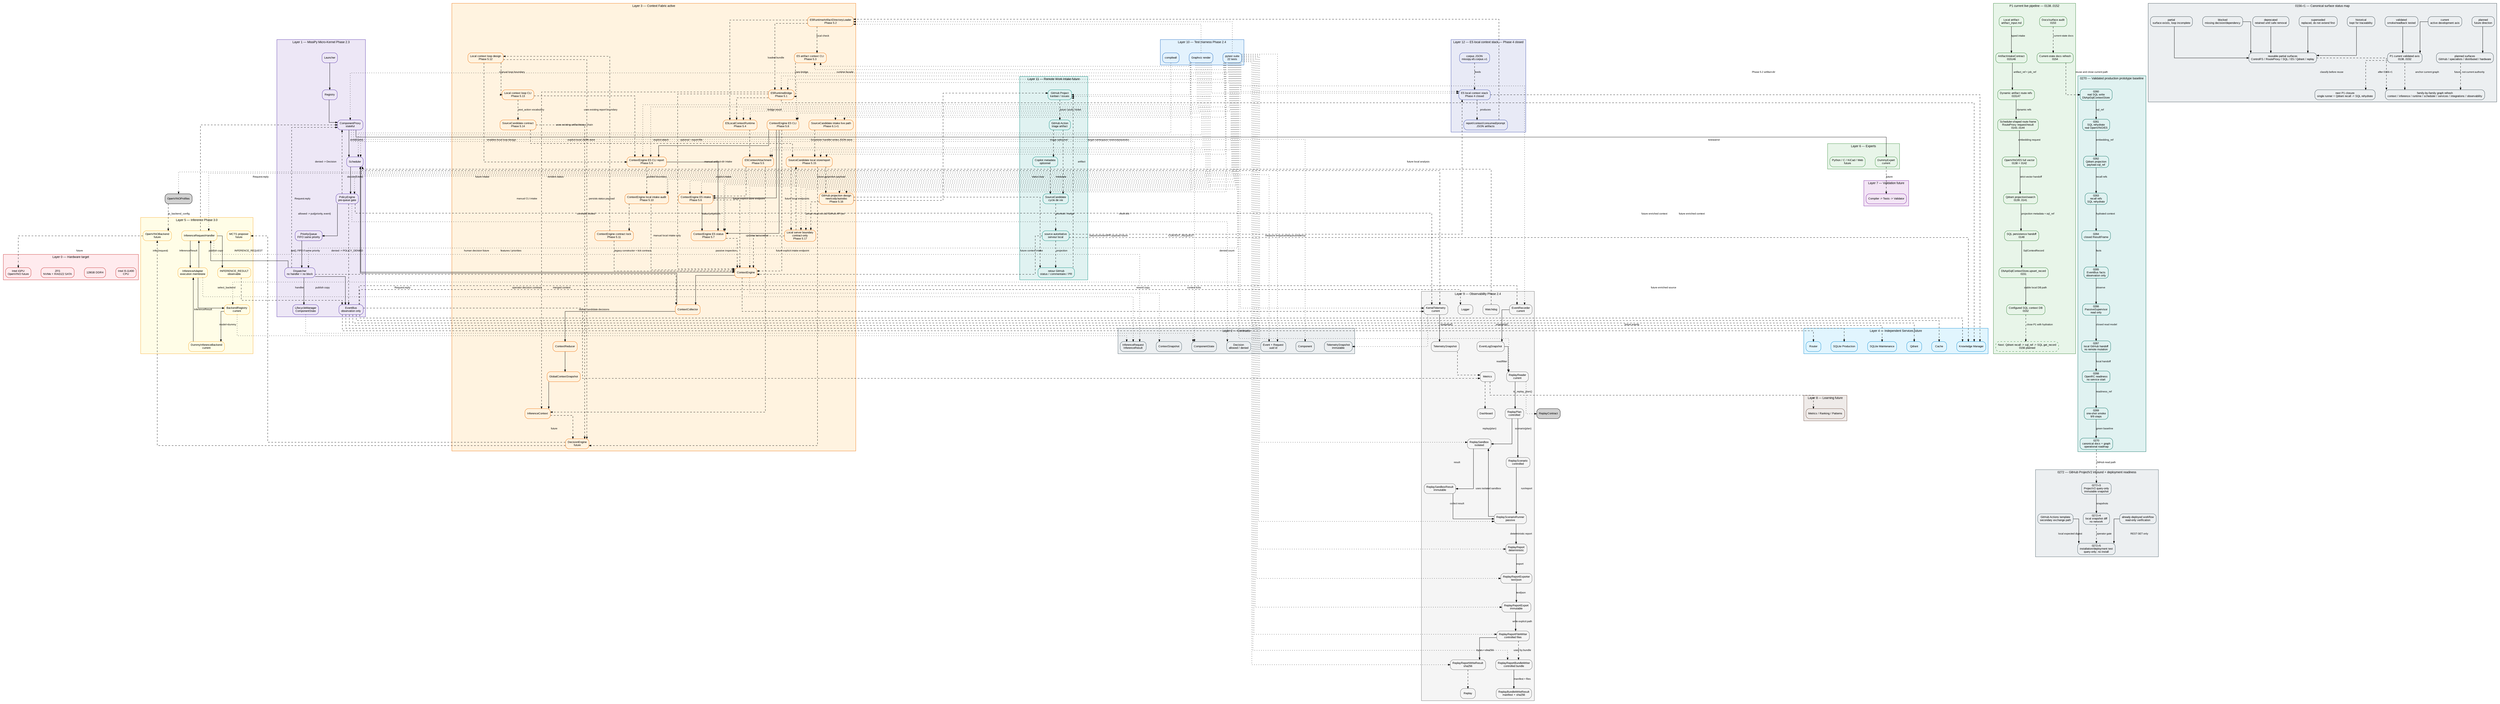
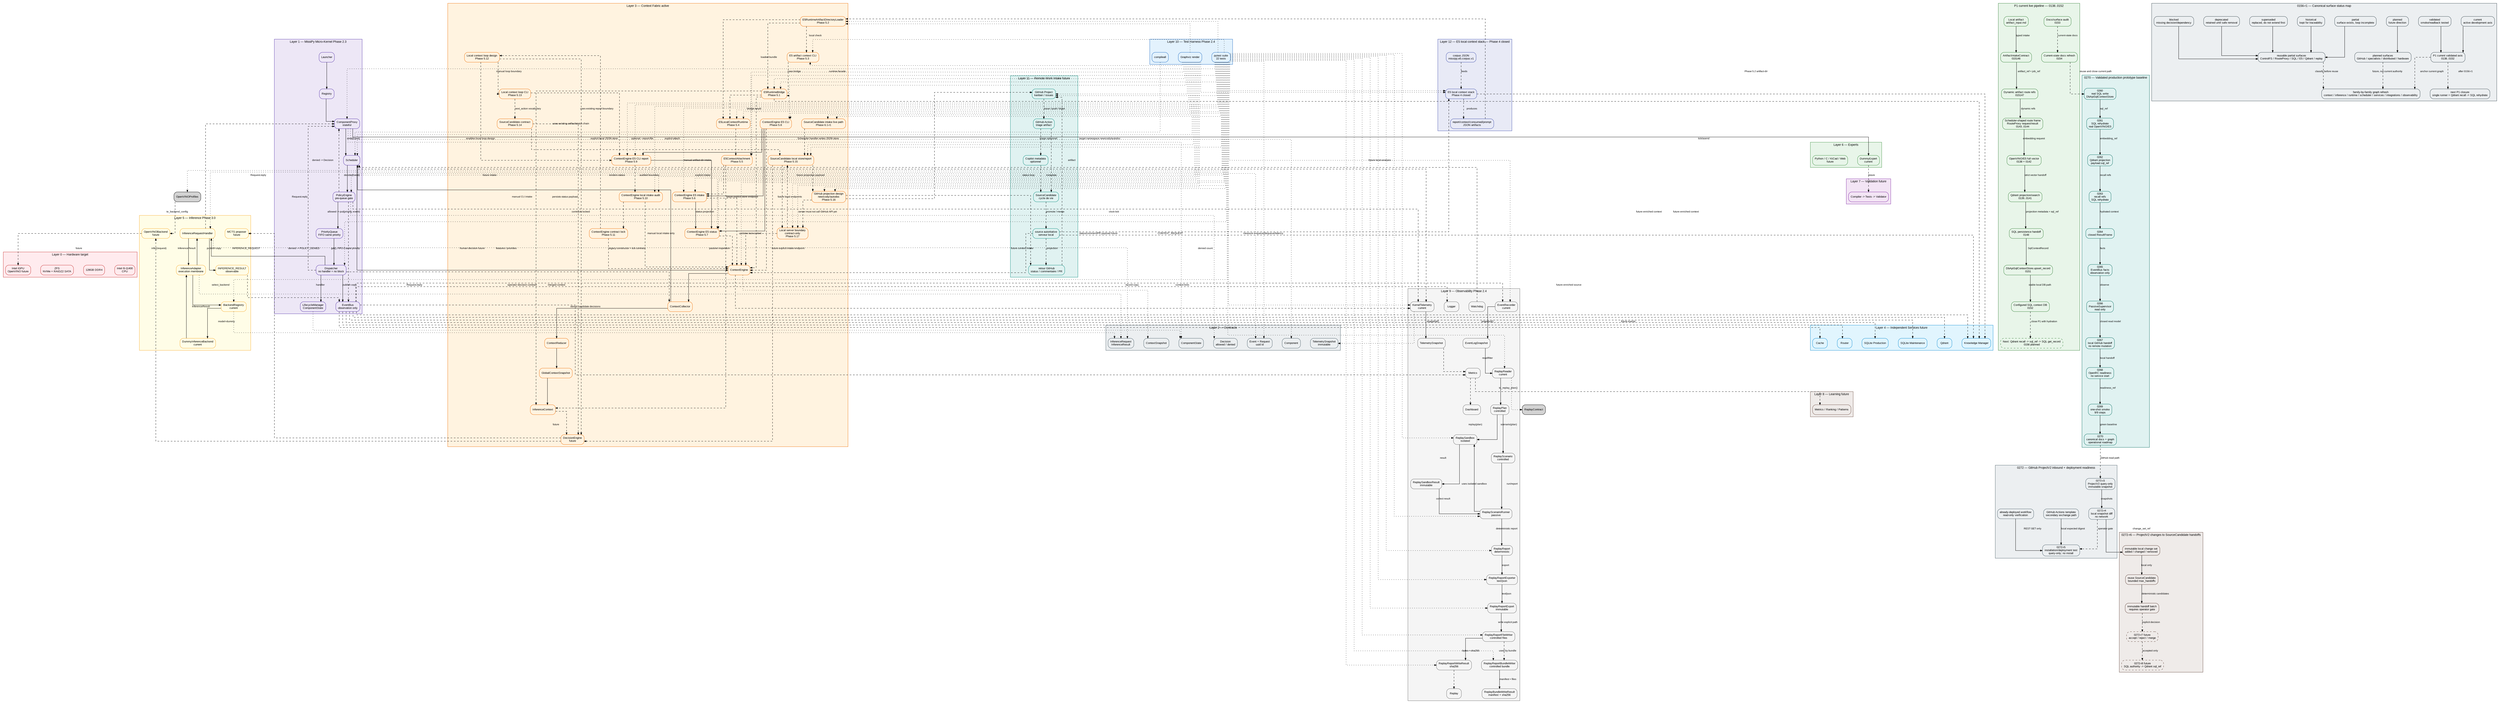
digraph Global {
    // ROADMAP_ID: global

    rankdir=TB;

    // ROADMAP_NOTE[phase2_5]:
    // BackendRegistry est ajouté au layer inference pour préparer
    // l’enregistrement explicite d’OpenVINO sans modifier le Scheduler.

    // ROADMAP_NOTE[phase3_0]:
    // OpenVINOModelProfileRegistry est ajouté pour décrire un ou plusieurs
    // modèles OpenVINO possibles avant de créer les backends exécutables.
    // ROADMAP_NOTE[phase0155]:
    // Canonical graph refresh: 00_global.dot is kept as the master graph.
    // P1 current live pipeline 0138..0152 is now visible from the global graph:
    // artifact intake -> dynamic route refs -> RouteProxy frames -> OpenVINO/E5
    // full vector -> Qdrant projection -> SQL handoff -> DbApiSqlContextStore
    // controlled write -> SQL readback. Changelogs become mandatory for each
    // significant architecture/runtime/doc/code-rule step.
    // ROADMAP_NOTE[phase0270]:
    // The canonical graph now exposes the validated 0260..0269 prototype axis.
    // SQL remains durable authority; Qdrant is projection/recall; OpenVINO/E5 is
    // explicit; EventBus and PassiveSupervisor are observation only; GitHub has
    // no implicit remote mutation; OpenRC/OS/admin owns external processes.
+ 
+     // ROADMAP_NOTE[phase0272_r6]:
+     // Immutable ProjectV2 change sets are converted locally into bounded
+     // SourceCandidate handoff batches. Every candidate remains behind a future
+     // operator gate; no GitHub mutation, SQL write or Qdrant projection occurs.

    compound=true;
    splines=ortho;
    nodesep=0.5;
    ranksep=0.8;

    graph [fontname="Arial", fontsize=11];
    node [shape=box, style="rounded,filled", fontname="Arial", fontsize=10];
    edge [fontname="Arial", fontsize=9, arrowsize=0.7];

    // ROADMAP_NOTE[phase2_4]:
// ReplayReportBundleWriter ajoute un dossier de replay contrôlé :
// report.txt, report.json et manifest.json avec sha256. La roadmap DOT
// est aussi vérifiée par tests/docs/test_dot_links.py afin que les liens
// descente/remontée pointent vers des sources DOT existantes.
    // Le Layer 9 ajoute ReplayReportFileWriter après ReplayReportExport.
    // Cette étape persiste les exports texte/JSON vers chemins explicites.
    // Aucun répertoire n'est créé ni aucun fichier écrasé sans demande explicite.
    // Le writer reste passif et ne commande jamais le Scheduler vivant.


    // ROADMAP_NOTE[phase4_18_r2]:
    // GitHub Project Orchestrator est visible dans l'architecture globale.
    // Cette couche reste future et documentaire : pas d'API GitHub, pas de token,
    // pas de polling réseau et pas de dépendance Copilot dans le coeur.

    // ROADMAP_NOTE[phase4_19]:
    // La Phase 4 se clôt par un audit du moteur local E5 : corpus, recherche,
    // diagnostics, gates, rapports, contexte, consommation et prompt packet.
    // Le stack E5 reste hors Scheduler, hors Qdrant et hors backend de réponse.

    // ROADMAP_NOTE[phase4_20]:
    // Phase 4 clôturée : le moteur local E5 produit des artefacts déterministes
    // de recherche, contexte consommé et prompt packet. La Phase 5 peut brancher
    // ce socle au serveur local ou au Context Engine sans changer ces frontières.

    // ROADMAP_NOTE[phase5_2]:
    // E5RuntimeArtifactDirectoryLoader ajoute la bordure IO locale pour lire un
    // artifact-dir Phase 4 et réutiliser le pont pur E5RuntimeBridge. Aucun daemon,
    // réseau, Scheduler vivant, Qdrant ou LLM n'est introduit.


    // ROADMAP_NOTE[phase5_4]:
    // E5LocalContextRuntime ajoute une façade runtime locale stable au-dessus
    // du loader 5.2 et du bridge 5.1. Elle retourne un statut typé et un
    // InferenceContext sans CLI, daemon, réseau, Scheduler vivant, Qdrant ou LLM.

    // ROADMAP_NOTE[phase5_5]:
    // E5ContextAttachment fusionne explicitement un résultat runtime E5 local
    // avec un InferenceContext existant. Cette étape prépare l'intake futur du
    // ContextEngine sans lancer Scheduler, daemon, réseau, Qdrant ou LLM.

    // ROADMAP_NOTE[phase5_6]:
    // ContextEngine reçoit une entrée E5 explicite : artifact-dir ou runtime result
    // -> attachement -> last_inference_context. Aucun autoload, aucun Scheduler
    // vivant, aucun daemon, réseau, Qdrant ou LLM n'est introduit.

    // ROADMAP_NOTE[phase5_7]:
    // E5ContextEngineStatus ajoute une projection passive et sérialisable
    // de l'état E5 attaché au ContextEngine. Elle ne lit aucun fichier,
    // ne mute aucun contexte et ne déclenche aucun Scheduler/backend.

    // ROADMAP_NOTE[phase5_8]:
    // E5ContextEngineCLI ajoute une bordure manuelle : artifact-dir ->
    // ContextEngine.attach_e5_artifact_dir() -> E5ContextEngineStatus. Elle
    // ne lance aucun Scheduler vivant, daemon, réseau, Qdrant ou LLM.


    // ROADMAP_NOTE[phase5_10]:
    // Phase 5.10 audite le bloc d'intake manuel local : artifact-dir Phase 4,
    // ContextEngine E5 CLI, report JSON et projection status. Elle ne modifie
    // pas le runtime et prépare seulement la bascule future vers serveur/local loop.

    // ROADMAP_NOTE[phase5_9]:
    // E5ContextEngineCLIReport ajoute --report-file à la bordure CLI 5.8.
    // La commande existante peut persister son payload intake + status en JSON
    // atomique sans nouvelle surface CLI, Scheduler vivant, réseau, Qdrant ou LLM.







    // ROADMAP_NOTE[phase5_17]:
    // LocalServerBoundary formalise une surface serveur local future pour
    // SourceCandidate, reports et ContextEngine intake. Cette étape reste
    // contract-only : pas de serveur, socket, framework, réseau, GitHub API,
    // token, Scheduler autoload, Qdrant, LLM ou appel OpenVINO.




    // ROADMAP_NOTE[phase6_1_r1]:
    // la CLI produit une commande typée qui traverse Scheduler -> Dispatcher
    // -> SourceCandidateIntakeHandler -> store JSON réel -> événement observable.
    // ROADMAP_NOTE[phase6_1]:
    // SourceCandidateIntakeCLI démarre Phase 6 : une entrée opérateur locale
    // crée ou remplace une SourceCandidate dans le store JSON atomique. Aucun
    // serveur, daemon, réseau, API GitHub, token, Qdrant, LLM ou OpenVINO.

    // ROADMAP_NOTE[phase5_18]:
    // Phase 5 se clôt sur l'intégration locale contrôlée : artifact-dir E5,
    // runtime bridge/facade, ContextEngine intake explicite, status/report,
    // SourceCandidate local, projection GitHub documentaire et frontière
    // adapter serveur futur non choisie. Aucun daemon, réseau, GitHub API,
    // token, Qdrant, LLM ou appel OpenVINO caché n'est introduit.

    // ROADMAP_NOTE[phase5_17_r1]:
    // LocalServerBoundaryClarification précise que la frontière serveur est
    // un contrat d'adapter futur non choisi : adapter_kind=undecided et
    // framework_choice=undecided. FastAPI/Flask ne sont pas recommandés ici.

    // ROADMAP_NOTE[phase5_16]:
    // GitHubProjectionDesign formalise la projection future entre le store
    // local SourceCandidate et newicody/autodoc. Cette étape reste documentaire :
    // aucun token, réseau, polling, GitHub API, serveur, Qdrant ou LLM.

    // ROADMAP_NOTE[phase5_15]:
    // SourceCandidateStorageReport ajoute un store JSON local explicite pour
    // SourceCandidate : load, upsert atomique, snapshot et rapport optionnel.
    // La valeur newicody/autodoc reste une projection future sans API GitHub,
    // réseau, token, daemon, Qdrant, LLM ou base de données.

    // ROADMAP_NOTE[phase5_14]:
    // SourceCandidateContract ajoute le contrat local d'une entrée candidate :
    // origin/input/policy/status/decision/transition immuable. La valeur
    // newicody/autodoc prépare la projection GitHub future sans API, réseau ou token.

    // ROADMAP_NOTE[phase5_13]:
    // LocalContextLoopCLI ajoute une orchestration manuelle mince : artifact-dir
    // Phase 4 -> ContextEngine intake -> status -> report + next_action opérateur.
    // Elle ne relance pas E5/OpenVINO, ne mute aucune décision et n'ajoute aucun
    // daemon, serveur, réseau, Qdrant, LLM ou stockage persistant.

    // ROADMAP_NOTE[phase5_12]:
    // LocalContextLoopDesign formalise la boucle locale manuelle : artifact-dir
    // Phase 4 -> runtime local -> intake explicite ContextEngine -> status/report
    // -> décision humaine. Aucun serveur, daemon, réseau, stockage persistant,
    // Qdrant, LLM ou appel OpenVINO caché n'est introduit.

    // ROADMAP_NOTE[phase5_3]:
    // E5 artifact context CLI ajoute une bordure de vérification locale pour
    // afficher l'InferenceContext construit depuis un artifact-dir, sans daemon,
    // réseau, Scheduler vivant, Qdrant ou LLM.

    subgraph cluster_L0 {
        label="Layer 0 — Hardware target";
        color="#c62828";
        bgcolor="#ffebee";
        node [fillcolor="#ffebee", color="#c62828"];
        CPU [label="Intel i5-11400\nCPU"];
        RAM [label="128GB DDR4"];
        Storage [label="ZFS\nNVMe + RAIDZ2 SATA"];
        GPU [label="Intel iGPU\nOpenVINO future"];
    }

    subgraph cluster_L1 {
        label="Layer 1 — MissiPy Micro-Kernel Phase 2.3";
        color="#512da8";
        bgcolor="#ede7f6";
        node [fillcolor="#ede7f6", color="#512da8"];
        Launcher [URL="scheduler/10_scheduler.svg", tooltip="Zoom Scheduler"];
        Registry [URL="scheduler/10_scheduler.svg", tooltip="Registry"];
        Proxy [label="ComponentProxy\nstateful", URL="scheduler/component_proxy/14_component_proxy.svg", tooltip="Runtime proxy"];
        Scheduler [URL="scheduler/10_scheduler.svg", tooltip="Zoom Scheduler"];
        Policy [label="PolicyEngine\npre-queue gate", URL="scheduler/10_scheduler.svg"];
        Queue [label="PriorityQueue\nFIFO same priority", URL="scheduler/priority_queue/13_priority_queue.svg"];
        Dispatcher [label="Dispatcher\nno handler = no block", URL="scheduler/dispatcher/11_dispatcher.svg"];
        EventBus [label="EventBus\nobservation only", URL="scheduler/event_bus/12_event_bus.svg"];
        Lifecycle [label="LifecycleManager\nComponentState", URL="scheduler/10_scheduler.svg"];
    }

    subgraph cluster_L2 {
        label="Layer 2 — Contracts";
        color="#455a64";
        bgcolor="#eceff1";
        node [fillcolor="#eceff1", color="#455a64"];
        EventContract [label="Event + Request\nuuid id"];
        LifecycleContract [label="ComponentState"];
        ComponentContract [label="Component"];
        ContextContract [label="ContextSnapshot"];
        InferenceContract [label="InferenceRequest\nInferenceResult"];
        PolicyContract [label="Decision\nallowed / denied"];
        TelemetryContract [label="TelemetrySnapshot\nimmutable"];
    }

    subgraph cluster_L3 {
        label="Layer 3 — Context Fabric active";
        color="#ef6c00";
        bgcolor="#fff3e0";
        node [fillcolor="#fff3e0", color="#ef6c00"];
        ContextEngine [label="ContextEngine", URL="context/20_context.svg"];
        Collector [label="ContextCollector", URL="context/20_context.svg"];
        Reducer [label="ContextReducer", URL="context/20_context.svg"];
        Snapshot [label="GlobalContextSnapshot", URL="context/20_context.svg"];
        InferenceCtx [label="InferenceContext", URL="context/20_context.svg"];
        E5RuntimeBridge [label="E5RuntimeBridge\nPhase 5.1", URL="context/25_e5_runtime_bridge.svg"];
        E5ArtifactLoader [label="E5RuntimeArtifactDirectoryLoader\nPhase 5.2", URL="context/26_e5_artifact_directory_loader.svg"];
        E5ArtifactContextCLI [label="E5 artifact context CLI\nPhase 5.3", URL="context/27_e5_artifact_context_cli.svg"];
        E5LocalRuntime [label="E5LocalContextRuntime\nPhase 5.4", URL="context/28_e5_local_context_runtime.svg"];
        E5ContextAttachment [label="E5ContextAttachment\nPhase 5.5", URL="context/29_e5_context_attachment.svg"];
        E5ContextEngineIntake [label="ContextEngine E5 intake\nPhase 5.6", URL="context/30_e5_context_engine_intake.svg"];
        E5ContextEngineStatus [label="ContextEngine E5 status\nPhase 5.7", URL="context/31_e5_context_engine_status.svg"];
        E5ContextEngineCLI [label="ContextEngine E5 CLI\nPhase 5.8", URL="context/32_e5_context_engine_cli.svg"];
        E5ContextEngineCLIReport [label="ContextEngine E5 CLI report\nPhase 5.9", URL="context/33_e5_context_engine_cli_report.svg"];
        E5ContextEngineIntakeAudit [label="ContextEngine local intake audit\nPhase 5.10", URL="context/34_e5_context_engine_intake_audit.svg"];
        ContextEngineContractLock [label="ContextEngine contract lock\nPhase 5.11", URL="context/35_context_engine_contract_lock.svg"];
        LocalContextLoopDesign [label="Local context loop design\nPhase 5.12", URL="context/36_local_context_loop_design.svg"];
        LocalContextLoopCLI [label="Local context loop CLI\nPhase 5.13", URL="context/37_local_context_loop_cli.svg"];
        SourceCandidateContract [label="SourceCandidate contract\nPhase 5.14", URL="context/38_source_candidate_contract.svg"];
        SourceCandidateStore [label="SourceCandidate local store/report\nPhase 5.15", URL="context/39_source_candidate_storage_report.svg"];
        GitHubProjectionDesign [label="GitHub projection design\nnewicody/autodoc\nPhase 5.16", URL="context/40_github_projection_design.svg"];
        LocalServerBoundary [label="Local server boundary\ncontract-only\nPhase 5.17", URL="context/41_local_server_boundary.svg"];
        Decision [label="DecisionEngine\nfuture", URL="context/20_context.svg"];
        SourceCandidateIntakeLivePath [label="SourceCandidate intake live path\nPhase 6.1-r1", URL="context/44_source_candidate_intake_live_path.svg"];
    }

    E5ContextEngineIntake -> E5ContextEngineStatus [label="status projection"];
    E5ContextEngineCLI -> E5ContextEngineIntake [label="manual artifact-dir intake"];
    E5ContextEngineCLI -> E5ContextEngineStatus [label="renders status"];
    E5ContextEngineCLI -> E5ContextEngineCLIReport [label="optional --report-file"];
    E5ContextEngineCLIReport -> E5ContextEngineStatus [label="persists status payload"];
    E5ContextEngineCLIReport -> E5ContextEngineIntakeAudit [style=dashed, label="audited boundary"];
    E5ContextEngineIntakeAudit -> ContextEngineContractLock [style=dashed, label="contracts locked"];
    ContextEngineContractLock -> ContextEngine [style=dashed, label="legacy constructor + tick contract"];
    E5ContextEngineIntakeAudit -> ContextEngine [style=dashed, label="manual local intake only"];
    ContextEngineContractLock -> LocalContextLoopDesign [style=dashed, label="enables local loop design"];
    LocalContextLoopDesign -> E5ContextEngineCLIReport [style=dashed, label="uses existing report boundary"];
    LocalContextLoopDesign -> LocalContextLoopCLI [style=dashed, label="manual loop boundary"];
    LocalContextLoopCLI -> E5ContextEngineCLIReport [style=dashed, label="uses existing artifact/status chain"];
    LocalContextLoopCLI -> SourceCandidateContract [style=dashed, label="next_action vocabulary"];
    SourceCandidateContract -> SourceCandidateStore [style=dashed, label="explicit local JSON store"];
    SourceCandidateStore -> Decision [style=dashed, label="stored candidate decisions"];
    SourceCandidateIntakeLivePath -> SourceCandidateStore [style=dashed, label="Scheduler handler writes JSON store"];
    SourceCandidateStore -> GitHubProjectionDesign [style=dashed, label="future projection payload"];
    SourceCandidateContract -> Decision [style=dashed, label="operator decision contract"];
    LocalContextLoopDesign -> Decision [style=dashed, label="human decision future"];


    subgraph cluster_P1_CURRENT_0155 {
        label="P1 current live pipeline — 0138..0152";
        color="#2e7d32";
        bgcolor="#e8f5e9";
        node [fillcolor="#e8f5e9", color="#2e7d32"];

        P1Artifact [label="Local artifact\nartifact_input.md", URL="runtime/145_local_artifact_vector_indexing_runner.svg"];
        P1Intake [label="ArtifactIntakeContract\n015146", URL="runtime/146_artifact_intake_contract.svg"];
        P1RouteRefs [label="Dynamic artifact route refs\n015147", URL="runtime/147_dynamic_artifact_route_refs.svg"];
        P1SchedulerRoute [label="Scheduler-shaped route frame\nRouteProxy request/result\n0143..0144", URL="runtime/143_scheduler_vector_indexing_smoke.svg"];
        P1OpenVINO [label="OpenVINO/E5 full vector\n0138 + 0142", URL="runtime/142_machine_vector_handoff.svg"];
        P1Qdrant [label="Qdrant projection/search\n0139..0141", URL="runtime/140_qdrant_projection_operator_rest_smoke.svg"];
        P1SqlHandoff [label="SQL persistence handoff\n0148", URL="runtime/148_sql_persistence_handoff.svg"];
        P1SqlStore [label="DbApiSqlContextStore.upsert_record\n0151", URL="runtime/151_sql_context_store_controlled_write.svg"];
        P1ConfiguredDb [label="Configured SQL context DB\n0152", URL="runtime/152_sql_context_store_configured_db_path.svg"];
        P1DocsAudit [label="Docs/surface audit\n0153", URL="runtime/153_architecture_docs_surface_audit.svg"];
        P1DocsRefresh [label="Current-state docs refresh\n0154", URL="runtime/154_current_p1_pipeline.svg"];
        P1RehydrationNext [label="Next: Qdrant recall -> sql_ref -> SQL get_record\n0156 planned", style="rounded,dashed,filled"];
    }

    P1Artifact -> P1Intake [label="typed intake"];
    P1Intake -> P1RouteRefs [label="artifact_ref + job_ref"];
    P1RouteRefs -> P1SchedulerRoute [label="dynamic refs"];
    P1SchedulerRoute -> P1OpenVINO [label="embedding request"];
    P1OpenVINO -> P1Qdrant [label="strict vector handoff"];
    P1Qdrant -> P1SqlHandoff [label="projection metadata + sql_ref"];
    P1SqlHandoff -> P1SqlStore [label="SqlContextRecord"];
    P1SqlStore -> P1ConfiguredDb [label="stable local DB path"];
    P1ConfiguredDb -> P1RehydrationNext [style=dashed, label="close P1 with hydration"];
    P1DocsAudit -> P1DocsRefresh [style=dashed, label="current-state docs"];


    subgraph cluster_L4 {
        label="Layer 4 — Independent Services future";
        color="#0288d1";
        bgcolor="#e1f5fe";
        node [fillcolor="#e1f5fe", color="#0288d1"];
        Router [URL="services/30_services.svg"];
        SQLiteProd [label="SQLite Production", URL="services/30_services.svg"];
        SQLiteMaint [label="SQLite Maintenance", URL="services/30_services.svg"];
        Qdrant [URL="services/30_services.svg"];
        Cache [URL="services/30_services.svg"];
        Knowledge [label="Knowledge Manager", URL="services/30_services.svg"];
    }

    subgraph cluster_L5 {
        label="Layer 5 — Inference Phase 3.0";
        color="#f9a825";
        bgcolor="#fffde7";
        node [fillcolor="#fffde7", color="#f9a825"];
        InferenceHandler [label="InferenceRequestHandler", URL="inference/40_inference.svg"];
        InferenceAdapter [label="InferenceAdapter\nexecution membrane", URL="inference/40_inference.svg"];
        BackendRegistry [label="BackendRegistry\ncurrent", URL="inference/40_inference.svg"];
        DummyBackend [label="DummyInferenceBackend\ncurrent", URL="inference/40_inference.svg"];
        InferenceResult [label="INFERENCE_RESULT\nobservable", URL="inference/40_inference.svg"];
        OpenVINO [label="OpenVINOBackend\nfuture", URL="inference/40_inference.svg"];
        MCTS [label="MCTS proposer\nfuture"];
    }

    subgraph cluster_L6 {
        label="Layer 6 — Experts";
        color="#388e3c";
        bgcolor="#e8f5e9";
        node [fillcolor="#e8f5e9", color="#388e3c"];
        Dummy [label="DummyExpert\ncurrent", URL="experts/40_experts.svg"];
        ExpertsFuture [label="Python / C / KiCad / Web\nfuture", URL="experts/40_experts.svg"];
    }

    subgraph cluster_L7 {
        label="Layer 7 — Validation future";
        color="#7b1fa2";
        bgcolor="#f3e5f5";
        node [fillcolor="#f3e5f5", color="#7b1fa2"];
        Validation [label="Compiler -> Tests -> Validator", URL="validation/50_validation.svg"];
    }

    subgraph cluster_L8 {
        label="Layer 8 — Learning future";
        color="#6d4c41";
        bgcolor="#efebe9";
        node [fillcolor="#efebe9", color="#6d4c41"];
        Learning [label="Metrics / Ranking / Patterns", URL="learning/60_learning.svg"];
    }

    subgraph cluster_L9 {
        label="Layer 9 — Observability Phase 2.4";
        color="#666666";
        bgcolor="#f5f5f5";
        node [fillcolor="#f5f5f5", color="#666666"];
        Logger [URL="observability/70_observability.svg"];
        KernelTelemetry [label="KernelTelemetry
current", URL="observability/70_observability.svg"];
        TelemetrySnapshot [label="TelemetrySnapshot", URL="observability/70_observability.svg"];
        EventRecorder [label="EventRecorder
current", URL="observability/70_observability.svg"];
        EventLogSnapshot [label="EventLogSnapshot", URL="observability/70_observability.svg"];
        ReplayReader [label="ReplayReader
current", URL="observability/70_observability.svg"];
        ReplayPlan [label="ReplayPlan
controlled", URL="observability/70_observability.svg"];
        ReplaySandbox [label="ReplaySandbox
isolated", URL="observability/70_observability.svg"];
        ReplaySandboxResult [label="ReplaySandboxResult
immutable", URL="observability/70_observability.svg"];
        ReplayScenario [label="ReplayScenario
controlled", URL="observability/70_observability.svg"];
        ReplayScenarioRunner [label="ReplayScenarioRunner
passive", URL="observability/70_observability.svg"];
        ReplayReport [label="ReplayReport
deterministic", URL="observability/70_observability.svg"];
        ReplayReportExporter [label="ReplayReportExporter
text/json", URL="observability/70_observability.svg"];
        ReplayReportExport [label="ReplayReportExport
immutable", URL="observability/70_observability.svg"];
        ReplayReportFileWriter [label="ReplayReportFileWriter
controlled files", URL="observability/70_observability.svg"];
        ReplayReportWriteResult [label="ReplayReportWriteResult
sha256", URL="observability/70_observability.svg"];
        ReplayReportBundleWriter [label="ReplayReportBundleWriter
controlled bundle", URL="observability/70_observability.svg"];
        ReplayBundleWriteResult [label="ReplayBundleWriteResult
manifest + sha256", URL="observability/70_observability.svg"];
        Metrics [URL="observability/70_observability.svg"];
        Replay [URL="observability/70_observability.svg"];
        Dashboard [URL="observability/70_observability.svg"];
        Watchdog [URL="observability/70_observability.svg"];
    }

    subgraph cluster_L10 {
        label="Layer 10 — Test Harness Phase 2.4";
        color="#1565c0";
        bgcolor="#e3f2fd";
        node [fillcolor="#e3f2fd", color="#1565c0"];
        Pytest [label="pytest suite\n22 tests", URL="tests/80_tests.svg"];
        CompileAll [label="compileall"];
        DotRender [label="Graphviz render"];
    }



    subgraph cluster_L11 {
        label="Layer 11 — Remote Work Intake future";
        color="#00897b";
        bgcolor="#e0f2f1";
        node [fillcolor="#e0f2f1", color="#00897b"];
        GitHubProject [label="GitHub Project
kanban / issues", URL="integrations/90_github_project_orchestrator.svg"];
        GitHubAction [label="GitHub Action
triage artifact", URL="integrations/90_github_project_orchestrator.svg"];
        CopilotMetadata [label="Copilot metadata
optionnel", URL="integrations/90_github_project_orchestrator.svg"];
        SourceCandidate [label="SourceCandidate
cycle de vie", URL="integrations/91_source_candidate_lifecycle.svg"];
        LocalAuthority [label="source autoritative
serveur local", URL="integrations/91_source_candidate_lifecycle.svg"];
        GitHubFeedback [label="retour GitHub
status / commentaire / PR", URL="integrations/90_github_project_orchestrator.svg"];
    }

    subgraph cluster_L12 {
        label="Layer 12 — E5 local context stack — Phase 4 closed";
        color="#3949ab";
        bgcolor="#e8eaf6";
        node [fillcolor="#e8eaf6", color="#3949ab"];
        E5LocalStack [label="E5 local context stack
Phase 4 closed", URL="inference/74_e5_phase4_closure.svg"];
        E5Corpus [label="corpus JSON
missipy.e5.corpus.v1", URL="inference/73_e5_phase4_final_audit.svg"];
        E5Reports [label="report/context/consumed/prompt
JSON artifacts", URL="inference/74_e5_phase4_closure.svg"];
    }

    Launcher -> Registry;
    Registry -> Proxy;
    Proxy -> Scheduler [label="emit(Event)"];
    Scheduler -> Policy [label="decide(Event)"];
    Policy -> Queue [label="allowed -> put(priority, event)"];
    Policy -> EventBus [label="denied -> POLICY_DENIED", style=dashed];
    Policy -> Proxy [label="denied -> Decision", style=dashed];
    Queue -> Dispatcher [label="get(), FIFO if same priority"];
    Dispatcher -> Lifecycle [label="handler"];
    Dispatcher -> EventBus [label="publish copy"];
    Dispatcher -> Proxy [label="Request.reply", style=dashed];

    Lifecycle -> LifecycleContract [style=dotted];
    Proxy -> LifecycleContract [style=dotted];

    Scheduler -> ContextEngine [label="clock tick"];
    ContextEngine -> Collector;
    Collector -> Scheduler [label="CONTEXT_REQUEST"];
    Dispatcher -> Collector [label="Request.reply", style=dashed];
    Collector -> Reducer;
    Reducer -> Snapshot;
    Snapshot -> InferenceCtx;
    InferenceCtx -> Decision [style=dashed, label="future"];

    Scheduler -> EventContract [style=dotted];
    Policy -> PolicyContract [style=dotted];
    KernelTelemetry -> TelemetryContract [style=dotted];
    Proxy -> ComponentContract [style=dotted];
    ContextEngine -> ContextContract [style=dotted];
    InferenceHandler -> InferenceContract [style=dotted];
    ReplayReader -> ReplayContract [style=dotted];
    InferenceAdapter -> InferenceContract [style=dotted];
    BackendRegistry -> InferenceContract [style=dotted];

    Proxy -> Dummy [label="tick/asend"];

    Dispatcher -> InferenceHandler [label="INFERENCE_REQUEST"];
    InferenceHandler -> InferenceAdapter [label="infer(request)"];
    InferenceAdapter -> BackendRegistry [label="select_backend"];
    BackendRegistry -> DummyBackend [label="model=dummy"];
    DummyBackend -> InferenceAdapter [label="InferenceResult"];
    InferenceAdapter -> InferenceHandler [label="InferenceResult"];
    InferenceHandler -> InferenceResult [label="publish copy"];
    InferenceHandler -> Proxy [label="Request.reply", style=dashed];
    InferenceResult -> EventBus [style=dashed];
    OpenVINOProfiles -> OpenVINO [style=dashed, label="to_backend_config"];
    OpenVINO -> GPU [style=dashed, label="future"];
    E5Corpus -> E5LocalStack [style=dashed, label="feeds"];
    E5LocalStack -> E5Reports [style=dashed, label="produces"];
    E5Reports -> E5ArtifactLoader [style=dashed, label="Phase 5.2 artifact-dir"];
    E5ArtifactLoader -> E5RuntimeBridge [style=dashed, label="loaded bundle"];
    E5ArtifactLoader -> E5ArtifactContextCLI [style=dashed, label="local check"];
    E5ArtifactContextCLI -> E5RuntimeBridge [style=dashed, label="uses bridge"];
    E5ArtifactLoader -> E5LocalRuntime [style=dashed, label="runtime facade"];
    E5RuntimeBridge -> E5LocalRuntime [style=dashed, label="bridge result"];
    E5LocalRuntime -> E5ContextAttachment [style=dashed, label="explicit attach"];
    E5ContextAttachment -> InferenceCtx [style=dashed, label="merged context"];
    E5RuntimeBridge -> InferenceCtx [style=dashed, label="features / priorities"];
    E5ContextAttachment -> E5ContextEngineIntake [style=dashed, label="explicit intake"];
    E5ContextEngineIntake -> ContextEngine [style=dashed, label="updates last context"];
    E5ContextEngineStatus -> ContextEngine [style=dashed, label="passive inspection"];
    E5ContextEngineCLI -> ContextEngine [style=dashed, label="manual CLI intake"];
    E5RuntimeBridge -> ContextEngine [style=dashed, label="future intake"];
    E5RuntimeBridge -> Knowledge [style=dashed, label="future enriched context"];
    E5LocalStack -> Knowledge [style=dashed, label="future enriched context"];

    Scheduler -> KernelTelemetry [style=dashed, label="measure enqueue/dequeue/latency"];
    Policy -> KernelTelemetry [style=dashed, label="denied count"];
    ContextEngine -> KernelTelemetry [style=dashed, label="context ticks"];
    KernelTelemetry -> TelemetrySnapshot [label="snapshot()"];
    TelemetrySnapshot -> Metrics [style=dashed];

    EventBus -> Logger [style=dashed];
    EventBus -> Metrics [style=dashed];
    EventBus -> EventRecorder [style=dashed, label="record copy"];
    EventRecorder -> EventLogSnapshot [label="snapshot()"];
    EventLogSnapshot -> ReplayReader [label="read/filter"];
    ReplayReader -> ReplayPlan [label="to_replay_plan()"];
    ReplayPlan -> ReplaySandbox [label="replay(plan)"];
    ReplaySandbox -> ReplaySandboxResult [label="result"];
    ReplayPlan -> ReplayScenario [label="scenario(plan)"];
    ReplayScenario -> ReplayScenarioRunner [label="run/report"];
    ReplayScenarioRunner -> ReplaySandbox [label="uses isolated sandbox"];
    ReplaySandboxResult -> ReplayScenarioRunner [label="collect result"];
    ReplayScenarioRunner -> ReplayReport [label="deterministic report"];
    ReplayReport -> ReplayReportExporter [label="export"];
    ReplayReportExporter -> ReplayReportExport [label="text/json"];
    ReplayReportExport -> ReplayReportFileWriter [label="write explicit path"];
    ReplayReportFileWriter -> ReplayReportWriteResult [label="bytes + sha256"];
    ReplayReportFileWriter -> ReplayReportBundleWriter [style=dashed, label="used by bundle"];
    ReplayReportBundleWriter -> ReplayBundleWriteResult [label="manifest + files"];
    ReplayReportWriteResult -> Replay [style=dashed];
    Metrics -> Dashboard [style=dashed];
    Watchdog -> Scheduler [style=dashed];

    Pytest -> EventContract [style=dotted];
    Pytest -> Dispatcher [style=dotted];
    Pytest -> Proxy [style=dotted];
    Pytest -> ContextEngine [style=dotted];
    Pytest -> InferenceHandler [style=dotted];
    Pytest -> BackendRegistry [style=dotted];
    Pytest -> OpenVINOProfiles [style=dotted];
    Pytest -> Policy [style=dotted];
    Pytest -> KernelTelemetry [style=dotted];
    Pytest -> EventRecorder [style=dotted];
    Pytest -> ReplayReader [style=dotted];
    Pytest -> ReplaySandbox [style=dotted];
    Pytest -> ReplayScenarioRunner [style=dotted];
    Pytest -> ReplayReport [style=dotted];
    Pytest -> ReplayReportExporter [style=dotted];
    Pytest -> ReplayReportExport [style=dotted];
    Pytest -> ReplayReportFileWriter [style=dotted];
    Pytest -> ReplayReportBundleWriter [style=dotted];
    Pytest -> ReplayReportWriteResult [style=dotted];
    CompileAll -> Scheduler [style=dotted];
    DotRender -> Scheduler [style=dotted];

    EventBus -> Router [style=dashed, label="future events"];
    EventBus -> SQLiteProd [style=dashed];
    EventBus -> SQLiteMaint [style=dashed];
    EventBus -> Qdrant [style=dashed];
    EventBus -> Cache [style=dashed];
    EventBus -> Knowledge [style=dashed];
    Decision -> OpenVINO [style=dashed];
    Decision -> MCTS [style=dashed];
    Dummy -> Validation [style=dashed, label="future"];
    Metrics -> Learning [style=dashed];

    GitHubProject -> GitHubAction [style=dashed, label="issue / push / ticket"];
    GitHubAction -> CopilotMetadata [style=dashed, label="triage optionnel"];
    CopilotMetadata -> SourceCandidate [style=dashed, label="metadata"];
    GitHubAction -> SourceCandidate [style=dashed, label="artifact"];
    SourceCandidate -> LocalAuthority [style=dashed, label="promote / merge"];
    LocalAuthority -> E5LocalStack [style=dashed, label="future local analysis"];
    LocalAuthority -> ContextEngine [style=dashed, label="future context intake"];
    LocalAuthority -> Knowledge [style=dashed, label="future enriched source"];
    LocalAuthority -> GitHubFeedback [style=dashed, label="projection"];
    GitHubProjectionDesign -> GitHubProject [style=dashed, label="target namespace newicody/autodoc"];
    GitHubProjectionDesign -> GitHubFeedback [style=dashed, label="status/comment/PR payload future"];
    SourceCandidateStore -> LocalServerBoundary [style=dashed, label="future local endpoints"];
    GitHubProjectionDesign -> LocalServerBoundary [style=dashed, label="server must not call GitHub API yet"];
    LocalServerBoundary -> ContextEngine [style=dashed, label="future explicit intake endpoint"];
    LocalServerBoundary -> SourceCandidateStore [style=dashed, label="future explicit store endpoint"];
    GitHubFeedback -> GitHubProject [style=dashed, label="status loop"];
    Pytest -> GitHubProject [style=dotted];
    Pytest -> E5LocalStack [style=dotted];
    Pytest -> E5RuntimeBridge [style=dotted];
    Pytest -> E5ArtifactLoader [style=dotted];
    Pytest -> E5ArtifactContextCLI [style=dotted];
    Pytest -> E5LocalRuntime [style=dotted];
    Pytest -> E5ContextAttachment [style=dotted];
    Pytest -> E5ContextEngineIntake [style=dotted];
    Pytest -> E5ContextEngineStatus [style=dotted];
    Pytest -> E5ContextEngineCLI [style=dotted];
    Pytest -> E5ContextEngineCLIReport [style=dotted];
    Pytest -> E5ContextEngineIntakeAudit [style=dotted];
    Pytest -> SourceCandidateStore [style=dotted];
    Pytest -> SourceCandidateIntakeLivePath [style=dotted];
    Pytest -> GitHubProjectionDesign [style=dotted];
    Pytest -> LocalServerBoundary [style=dotted];
    DotRender -> GitHubProject [style=dotted];
    DotRender -> E5LocalStack [style=dotted];
    DotRender -> E5RuntimeBridge [style=dotted];
    DotRender -> E5ArtifactLoader [style=dotted];
    DotRender -> E5ArtifactContextCLI [style=dotted];
    DotRender -> E5LocalRuntime [style=dotted];
    DotRender -> E5ContextAttachment [style=dotted];
    DotRender -> E5ContextEngineIntake [style=dotted];
    DotRender -> E5ContextEngineStatus [style=dotted];
    DotRender -> E5ContextEngineCLI [style=dotted];
    DotRender -> E5ContextEngineCLIReport [style=dotted];
    DotRender -> E5ContextEngineIntakeAudit [style=dotted];
    DotRender -> SourceCandidateStore [style=dotted];
    DotRender -> SourceCandidateIntakeLivePath [style=dotted];
    DotRender -> GitHubProjectionDesign [style=dotted];
    DotRender -> LocalServerBoundary [style=dotted];

   // ROADMAP_NOTE[phase0156_r1]:
   // 0156-r1 updates the canonical global graph from the exact local
   // 00_global.dot state. It adds a status inventory view without deleting
   // historical graph branches and without creating runtime code.

   subgraph cluster_0156_R1_GLOBAL_STATUS {
       label="0156-r1 — Canonical surface status map";
       color="#37474f";
       bgcolor="#eceff1";
       node [fillcolor="#eceff1", color="#37474f"];

       StatusCurrent0156R1 [label="current\nactive development axis"];
       StatusValidated0156R1 [label="validated\nsmoke/readback tested"];
       StatusPartial0156R1 [label="partial\nsurface exists, loop incomplete"];
       StatusPlanned0156R1 [label="planned\nfuture direction"];
       StatusHistorical0156R1 [label="historical\nkept for traceability"];
       StatusSuperseded0156R1 [label="superseded\nreplaced, do not extend first"];
       StatusDeprecated0156R1 [label="deprecated\nretained until safe removal"];
       StatusBlocked0156R1 [label="blocked\nmissing decision/dependency"];

       P1CurrentAxis0156R1 [label="P1 current validated axis\n0138..0152"];
       P1Next0156R1 [label="next P1 closure\nsingle runner + Qdrant recall -> SQL rehydrate"];
       ReusableSurfaces0156R1 [label="reusable partial surfaces\nControlFS / RouteProxy / SQL / E5 / Qdrant / replay"];
       PlannedSurfaces0156R1 [label="planned surfaces\nGitHub / specialists / distributed / hardware"];
       FamilyRefresh0156R1 [label="family-by-family graph refresh\ncontext / inference / runtime / scheduler / services / integrations / observability"];

       StatusCurrent0156R1 -> P1CurrentAxis0156R1;
       StatusValidated0156R1 -> P1CurrentAxis0156R1;
       StatusPartial0156R1 -> ReusableSurfaces0156R1;
       StatusHistorical0156R1 -> ReusableSurfaces0156R1;
       StatusSuperseded0156R1 -> ReusableSurfaces0156R1;
       StatusDeprecated0156R1 -> ReusableSurfaces0156R1;
       StatusBlocked0156R1 -> ReusableSurfaces0156R1;
       StatusPlanned0156R1 -> PlannedSurfaces0156R1;

       P1CurrentAxis0156R1 -> P1Next0156R1 [style=dashed, label="after 0156-r1"];
       P1CurrentAxis0156R1 -> FamilyRefresh0156R1 [style=dashed, label="anchor current graph"];
       ReusableSurfaces0156R1 -> FamilyRefresh0156R1 [style=dashed, label="classify before reuse"];
       PlannedSurfaces0156R1 -> FamilyRefresh0156R1 [style=dashed, label="future, not current authority"];
   }


   subgraph cluster_0270_PROTOTYPE_OPERATIONAL_BASELINE {
       label="0270 — Validated production prototype baseline";
       color="#00695c";
       bgcolor="#e0f2f1";
       node [fillcolor="#e0f2f1", color="#00695c"];

       PrototypeSql0260 [label="0260\nreal SQL write\nDbApiSqlContextStore"];
       PrototypeEmbedding0261 [label="0261\nSQL rehydrate\nreal OpenVINO/E5"];
       PrototypeProjection0262 [label="0262\nQdrant projection\npayload.sql_ref"];
       PrototypeRecall0263 [label="0263\nrecall refs\nSQL rehydrate"];
       PrototypeClosedFrame0264 [label="0264\nclosed ResultFrame"];
       PrototypeEventBus0265 [label="0265\nEventBus facts\nobservation only"];
       PrototypeSupervisor0266 [label="0266\nPassiveSupervisor\nread only"];
       PrototypeGitHub0267 [label="0267\nlocal GitHub handoff\nno remote mutation"];
       PrototypeReadiness0268 [label="0268\nOpenRC readiness\nno service start"];
       PrototypeSmoke0269 [label="0269\none-shot smoke\n9/9 steps"];
       PrototypeDocs0270 [label="0270\ncanonical docs + graph\noperational roadmap"];

       PrototypeSql0260 -> PrototypeEmbedding0261 [label="sql_ref"];
       PrototypeEmbedding0261 -> PrototypeProjection0262 [label="embedding_ref"];
       PrototypeProjection0262 -> PrototypeRecall0263 [label="recall refs"];
       PrototypeRecall0263 -> PrototypeClosedFrame0264 [label="hydrated context"];
       PrototypeClosedFrame0264 -> PrototypeEventBus0265 [label="facts"];
       PrototypeEventBus0265 -> PrototypeSupervisor0266 [label="observe"];
       PrototypeSupervisor0266 -> PrototypeGitHub0267 [label="closed read model"];
       PrototypeGitHub0267 -> PrototypeReadiness0268 [label="local handoff"];
       PrototypeReadiness0268 -> PrototypeSmoke0269 [label="readiness_ref"];
       PrototypeSmoke0269 -> PrototypeDocs0270 [label="green baseline"];
   }

   P1DocsRefresh -> PrototypeSql0260 [style=dashed, label="reuse and close current path"];



   subgraph cluster_0272_GITHUB_PROJECT_INBOUND_READINESS {
       label="0272 — GitHub ProjectV2 inbound + deployment readiness";
       color="#455a64";
       bgcolor="#eceff1";
       node [fillcolor="#eceff1", color="#455a64"];

       ProjectV2Snapshot0272 [label="0272-r3\nProjectV2 query-only\nimmutable snapshot"];
       ProjectV2Changes0272 [label="0272-r4\nlocal snapshot diff\nno network"];
       DeploymentReadiness0272 [label="0272-r5\ninstallation/deployment test\nquery-only; no install"];
       ActionsTemplate0272 [label="GitHub Actions template\nsecondary exchange path"];
       ExternalWorkflow0272 [label="already-deployed workflow\nread-only verification"];

       ProjectV2Snapshot0272 -> ProjectV2Changes0272 [label="snapshots"];
       ProjectV2Changes0272 -> DeploymentReadiness0272 [style=dashed, label="operator gate"];
       ActionsTemplate0272 -> DeploymentReadiness0272 [label="local expected digest"];
       ExternalWorkflow0272 -> DeploymentReadiness0272 [label="REST GET only"];
   }

   PrototypeDocs0270 -> ProjectV2Snapshot0272 [style=dashed, label="GitHub read path"];
+ 
+    subgraph cluster_0272_R6_PROJECT_CHANGE_HANDOFF {
+        label="0272-r6 — ProjectV2 changes to SourceCandidate handoffs";
+        color="#5d4037";
+        bgcolor="#efebe9";
+        node [fillcolor="#efebe9", color="#5d4037"];
+ 
+        ProjectChangeSet0272R6 [label="immutable local change set\nadded / changed / removed"];
+        SourceCandidateReuse0272R6 [label="reuse SourceCandidate\nbounded max_handoffs"];
+        HandoffBatch0272R6 [label="immutable handoff batch\nrequires operator gate"];
+        FutureAcceptance0272R6 [label="0272-r7 future\naccept / reject / merge", style="rounded,dashed"];
+        FutureDurable0272R6 [label="0272-r8 future\nSQL authority -> Qdrant sql_ref", style="rounded,dashed"];
+ 
+        ProjectChangeSet0272R6 -> SourceCandidateReuse0272R6 [label="local only"];
+        SourceCandidateReuse0272R6 -> HandoffBatch0272R6 [label="deterministic candidates"];
+        HandoffBatch0272R6 -> FutureAcceptance0272R6 [style=dashed, label="explicit decision"];
+        FutureAcceptance0272R6 -> FutureDurable0272R6 [style=dashed, label="accepted only"];
+    }
+ 
+    ProjectV2Changes0272 -> ProjectChangeSet0272R6 [label="change_set_ref"];
+ 
}

